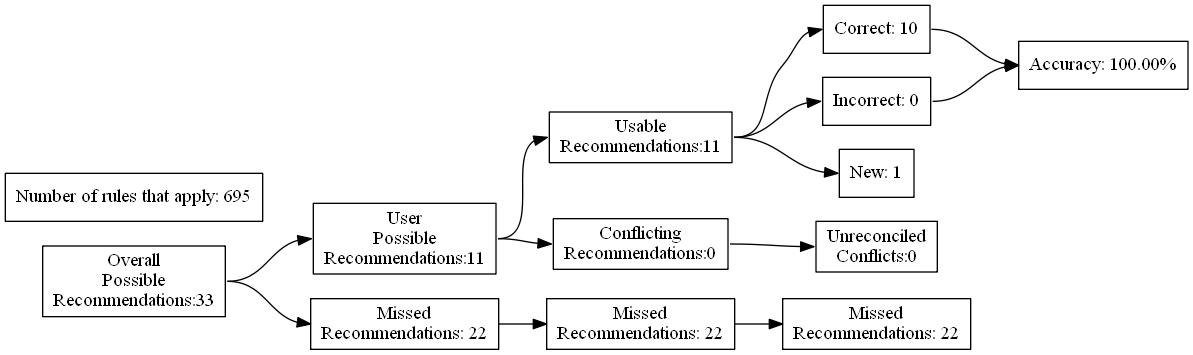
The Graphviz diagram test_renders/93.gv.png in ZaxR/ibd_diet_analysis, before a commit. Its source is kept beside it as test_renders/93.gv.
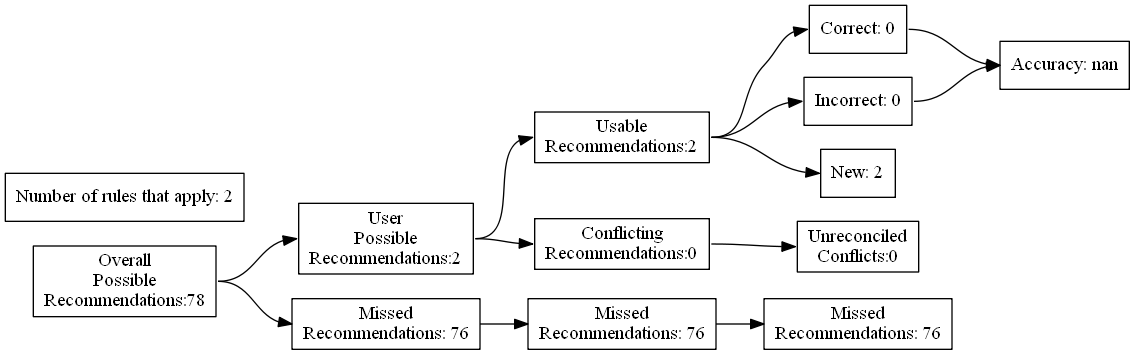
The same diagram one commit later.

Change to the diagram source:
```diff
@@ -4,27 +4,27 @@
 	edge [headport=w tailport=e]
 		A [label="Overall
 Possible
-Recommendations:33"]
+Recommendations:78"]
 		B [label="User
 Possible
-Recommendations:11"]
+Recommendations:2"]
 		C [label="Missed
-Recommendations: 22"]
+Recommendations: 76"]
 		D [label="Usable
-Recommendations:11"]
+Recommendations:2"]
 		E [label="Conflicting
 Recommendations:0"]
 		J [label="Missed
-Recommendations: 22"]
+Recommendations: 76"]
 		M [label="Unreconciled
 Conflicts:0"]
-		F [label="Correct: 10"]
+		F [label="Correct: 0"]
 		G [label="Incorrect: 0"]
-		H [label="New: 1"]
+		H [label="New: 2"]
 		K [label="Missed
-Recommendations: 22"]
-		I [label="Accuracy: 100.00%"]
-		l [label="Number of rules that apply: 695"]
+Recommendations: 76"]
+		I [label="Accuracy: nan"]
+		l [label="Number of rules that apply: 2"]
 			A -> B
 			A -> C
 			B -> D
```
